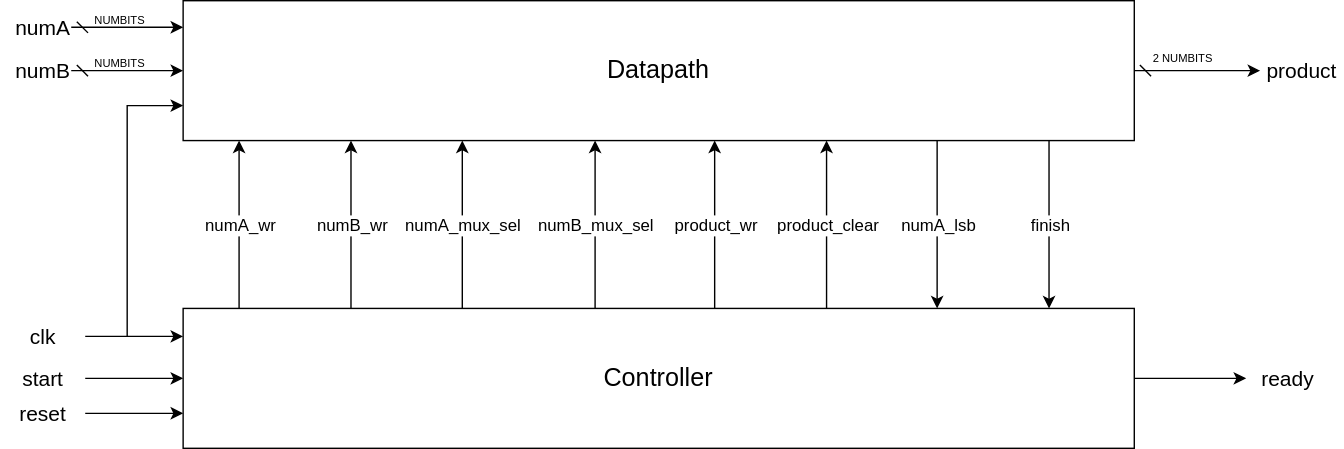
Before: Tayyab/SequentialSignedMultiplier/docs/images/datapath_controller.drawio.svg, a diagram exported from draw.io (medsuet/Xcelerium-IC-Design-Training). Source tidied: cells renumbered, new cells last; positions are measured from the earlier drawing's top-left corner, leaving out a move shared by most shapes.
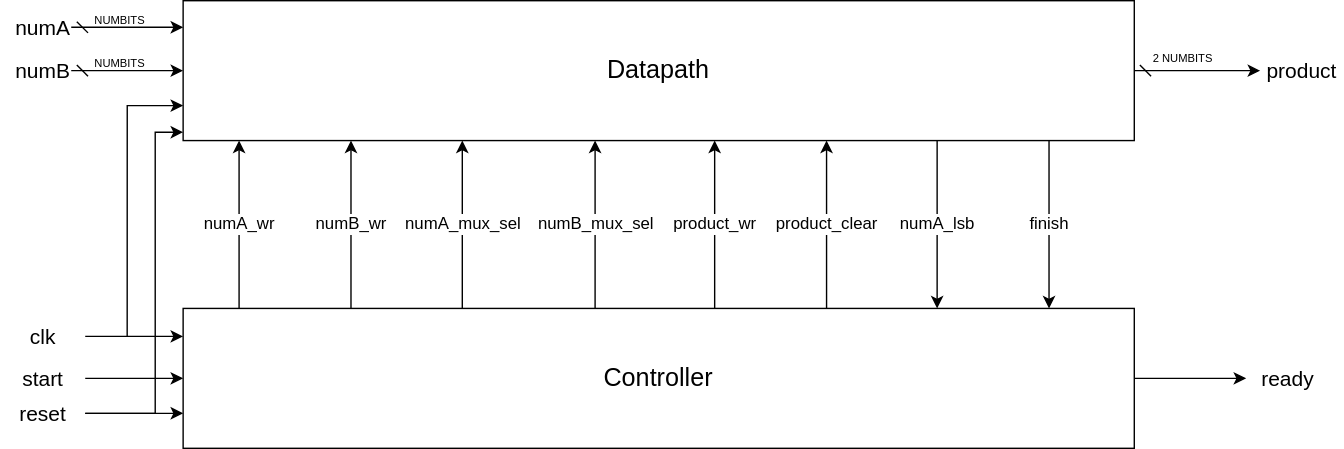
The same file after the commit.

Diff of the diagram source:
```diff
@@ -13,7 +13,7 @@
     <mxCell id="3" style="edgeStyle=orthogonalEdgeStyle;rounded=0;jettySize=auto;html=1;exitX=1;exitY=0.5;exitDx=0;exitDy=0;exitPerimeter=0;startArrow=dash;startFill=0;" parent="1" edge="1" source="4" target="24">
       <mxGeometry relative="1" as="geometry" />
     </mxCell>
-    <mxCell id="4" value="Datapath" style="rounded=0;whiteSpace=wrap;html=1;fontSize=18;points=[[0,0,0,0,0],[0,0.19,0,0,0],[0,0.5,0,0,0],[0,0.75,0,0,0],[0,1,0,0,0],[0.25,0,0,0,0],[0.25,1,0,0,0],[0.5,0,0,0,0],[0.5,1,0,0,0],[0.75,0,0,0,0],[0.75,1,0,0,0],[1,0,0,0,0],[1,0.25,0,0,0],[1,0.5,0,0,0],[1,0.75,0,0,0],[1,1,0,0,0]];" parent="1" vertex="1">
+    <mxCell id="4" value="Datapath" style="rounded=0;whiteSpace=wrap;html=1;fontSize=18;points=[[0,0,0,0,0],[0,0.19,0,0,0],[0,0.5,0,0,0],[0,0.75,0,0,0],[0,0.94,0,0,0],[0.25,0,0,0,0],[0.25,1,0,0,0],[0.5,0,0,0,0],[0.5,1,0,0,0],[0.75,0,0,0,0],[0.75,1,0,0,0],[1,0,0,0,0],[1,0.25,0,0,0],[1,0.5,0,0,0],[1,0.75,0,0,0],[1,1,0,0,0]];" parent="1" vertex="1">
       <mxGeometry x="130" width="680" height="100" as="geometry" />
     </mxCell>
     <mxCell id="5" style="edgeStyle=orthogonalEdgeStyle;rounded=0;jettySize=auto;html=1;exitX=1;exitY=0.5;exitDx=0;exitDy=0;" parent="1" edge="1" source="6" target="23">
@@ -143,5 +143,13 @@
     <mxCell id="37" value="finish" style="edgeLabel;html=1;align=center;verticalAlign=middle;fontSize=12;" parent="36" vertex="1">
       <mxGeometry relative="1" as="geometry" />
     </mxCell>
+    <mxCell id="38" style="edgeStyle=orthogonalEdgeStyle;rounded=0;jettySize=auto;html=1;exitX=1;exitY=0.5;exitDx=0;exitDy=0;entryX=0;entryY=0.94;entryDx=0;entryDy=0;entryPerimeter=0;" parent="1" edge="1" source="20" target="4">
+      <mxGeometry relative="1" as="geometry">
+        <Array as="points">
+          <mxPoint x="110" y="295" />
+          <mxPoint x="110" y="94" />
+        </Array>
+      </mxGeometry>
+    </mxCell>
   </root>
 </mxGraphModel>
```
